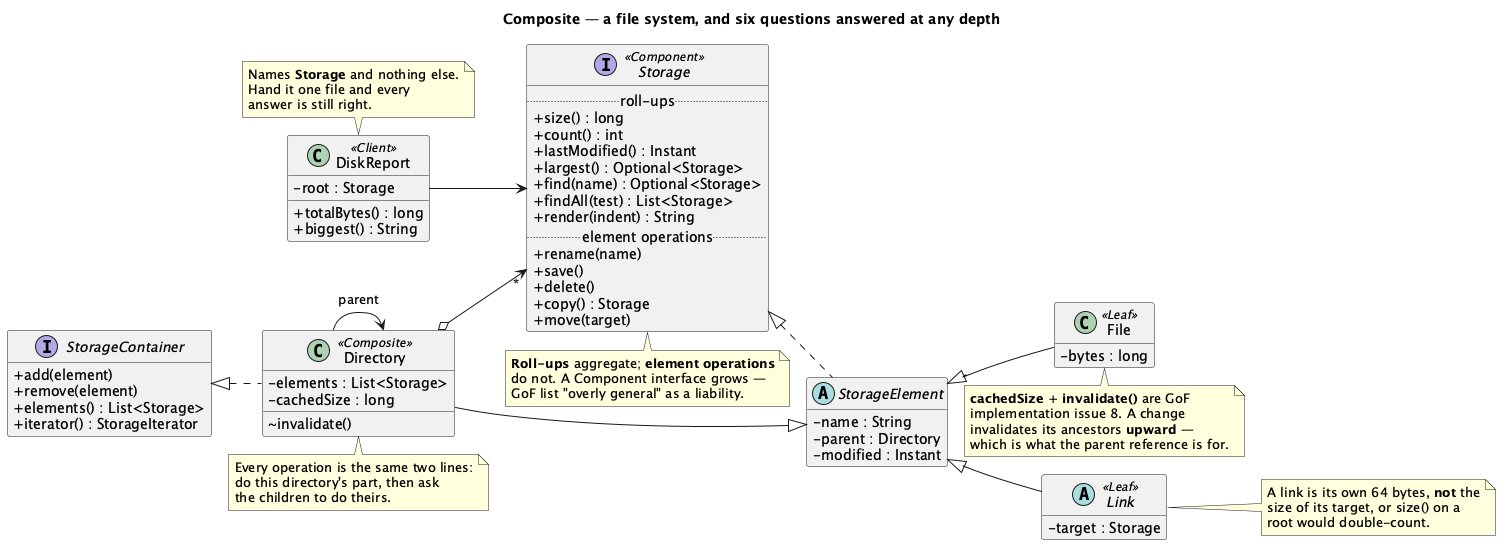
Before: src/main/java/dev/kaldiroglu/dp/structural/composite/fileSystem/uml/Composite - File System - Class Diagram.png, a diagram exported from PlantUML (kaldiroglu/DesignPatternsWithJava). Its source is kept beside it as src/main/java/dev/kaldiroglu/dp/structural/composite/fileSystem/uml/Composite - File System - Class Diagram.puml.
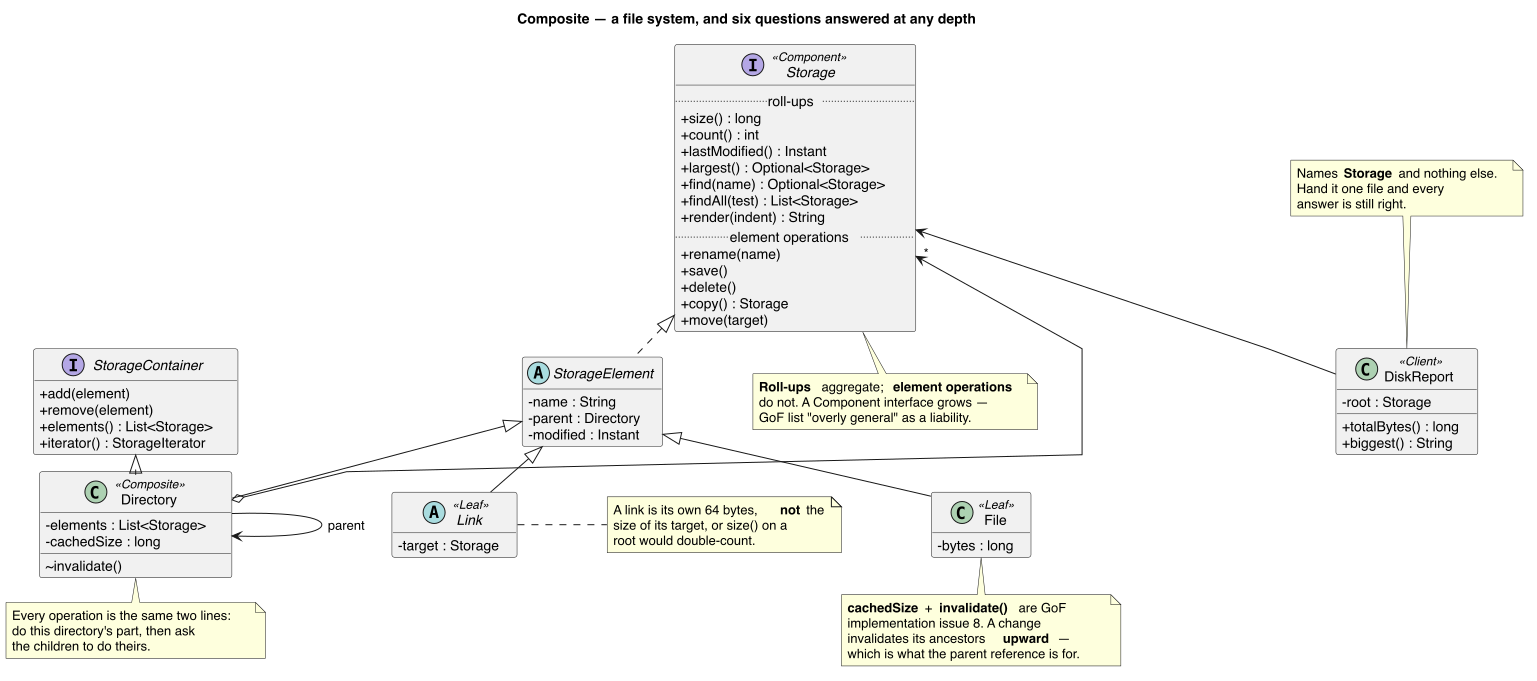
The same diagram one commit later.

Diff of the diagram source:
```diff
@@ -1,13 +1,17 @@
 @startuml "Composite - File System - Class Diagram"
+skinparam linetype polyline
+skinparam nodesep 90
+skinparam class {
+  BackgroundColor<<spacer>> transparent
+  BorderColor<<spacer>> transparent
+  FontColor<<spacer>> transparent
+}
+hide <<spacer>> stereotype
+hide <<spacer>> circle
 skinparam classAttributeIconSize 0
 hide empty members
 title Composite — a file system, and six questions answered at any depth
-
-
-left to right direction
 skinparam ranksep 16
-skinparam nodesep 18
-
 interface Storage <<Component>> {
   .. roll-ups ..
   + size() : long
@@ -61,11 +65,10 @@
 Storage <|.. StorageElement
 StorageElement <|-- File
 StorageElement <|-- Link
+class " " as Spacer1 <<spacer>>
+StorageElement -[hidden]- Spacer1
 StorageElement <|-- Directory
 StorageContainer <|.. Directory
-Directory o--> "*" Storage
-Directory --> Directory : "parent"
-DiskReport --> Storage
 
 note bottom of Directory
   Every operation is the same two lines:
@@ -98,4 +101,7 @@
   which is what the parent reference is for.
 end note
 
+Directory o-[norank]-> "*" Storage
+Directory -[norank]-> Directory : "parent"
+DiskReport -[norank]-> Storage
 @enduml
```
